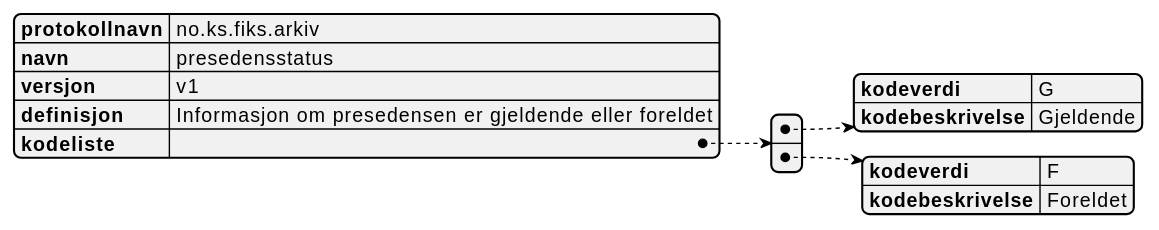
This is Schema/V1/kodelister/no.ks.fiks.arkiv.v1.kodelister.journalposttype/no.ks.fiks.arkiv.v1.kodelister.journalposttype.svg from ks-no/fiks-arkiv-specification, a PlantUML export, as it was before one commit. Its diagram source:
```plantuml
@startjson
{
  "protokollnavn": "no.ks.fiks.arkiv",
  "navn": "presedensstatus",
  "versjon": "v1",
  "definisjon": "Informasjon om presedensen er gjeldende eller foreldet",
  "kodeliste": [
    {
      "kodeverdi" : "G",
      "kodebeskrivelse" : "Gjeldende"
    },
    {
      "kodeverdi" : "F",
      "kodebeskrivelse" : "Foreldet"
    }
  ]
}
@endjson
```
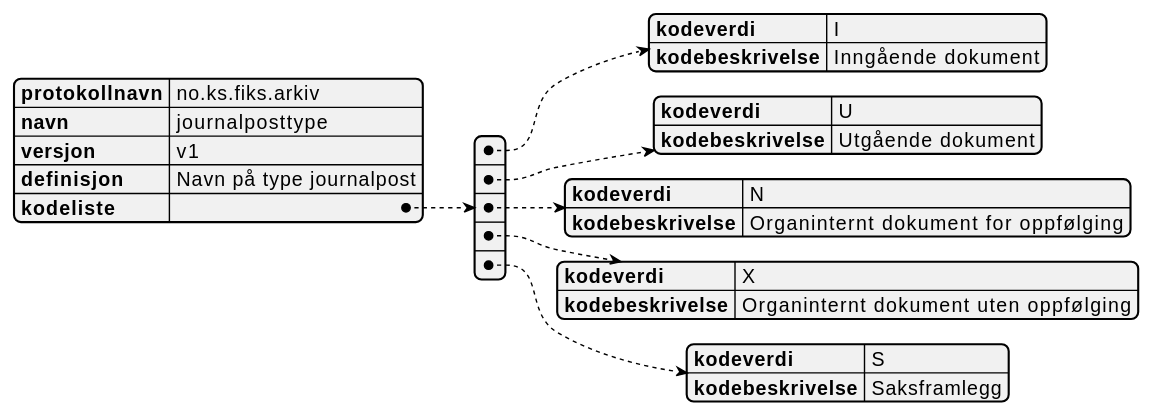
The same diagram one commit later.

The edit, as a diff of the source:
```diff
@@ -1,17 +1,29 @@
 @startjson
 {
   "protokollnavn": "no.ks.fiks.arkiv",
-  "navn": "presedensstatus",
+  "navn": "journalposttype",
   "versjon": "v1",
-  "definisjon": "Informasjon om presedensen er gjeldende eller foreldet",
+  "definisjon": "Navn på type journalpost",
   "kodeliste": [
     {
-      "kodeverdi" : "G",
-      "kodebeskrivelse" : "Gjeldende"
+      "kodeverdi" : "I",
+      "kodebeskrivelse" : "Inngående dokument"
     },
     {
-      "kodeverdi" : "F",
-      "kodebeskrivelse" : "Foreldet"
+      "kodeverdi" : "U",
+      "kodebeskrivelse" : "Utgående dokument"
+    },
+    {
+      "kodeverdi" : "N",
+      "kodebeskrivelse" : "Organinternt dokument for oppfølging"
+    },
+    {
+      "kodeverdi" : "X",
+      "kodebeskrivelse" : "Organinternt dokument uten oppfølging"
+    },
+    {
+      "kodeverdi" : "S",
+      "kodebeskrivelse" : "Saksframlegg"
     }
   ]
 }
```
